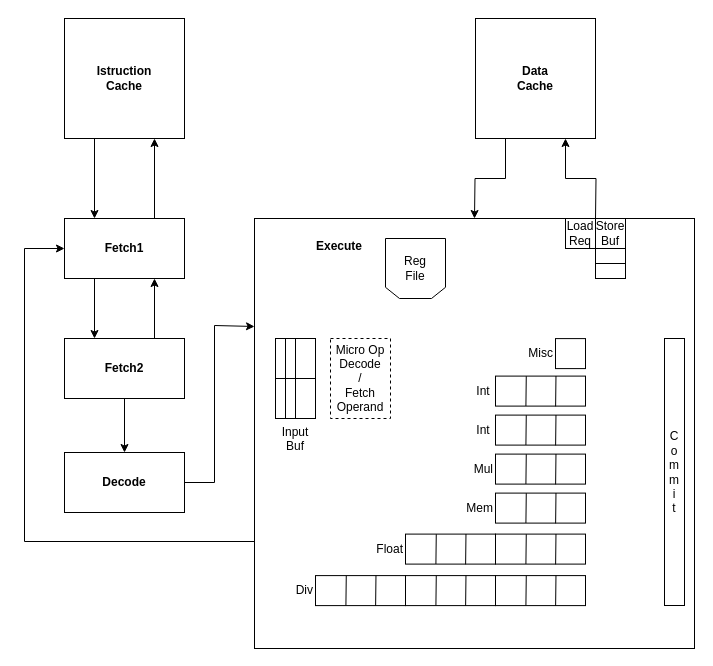
The draw.io diagram Diagrammi/MinorArm.drawio in The90Frank/MinorArmAnalyzer, before the edit. Source tidied: cells renumbered, new cells numbered last; positions are measured from the earlier drawing's top-left corner, leaving out a move shared by most shapes. Both pictures are drawn from the tidied source at 100%, with x=0, y=0 at pixel (24, 18).
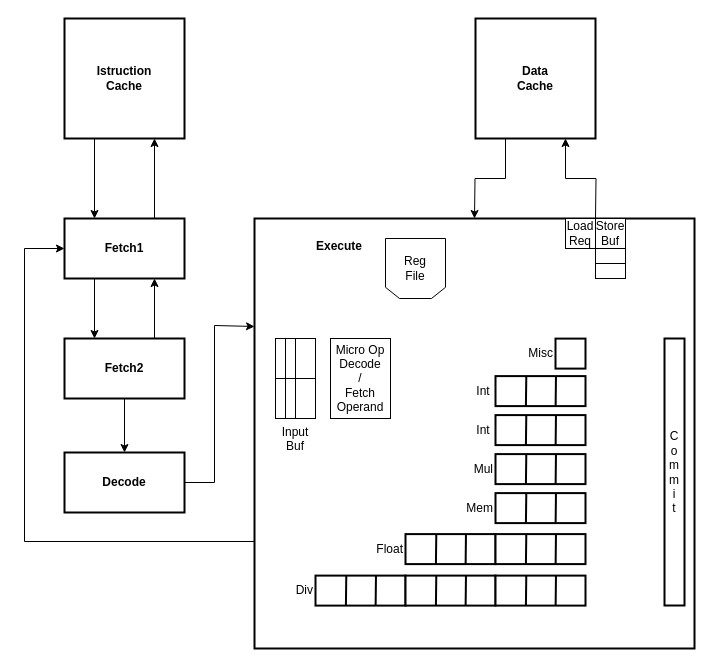
Above is the later version.

What changed in the source:
```diff
@@
-    <mxCell id="3" value="Istruction&lt;br&gt;Cache" style="rounded=0;whiteSpace=wrap;html=1;fontStyle=1;" parent="1" vertex="1">
+    <mxCell id="3" value="Istruction&lt;br&gt;Cache" style="rounded=0;whiteSpace=wrap;html=1;fontStyle=1;strokeWidth=2;" parent="1" vertex="1">
       <mxGeometry x="40" width="120" height="120" as="geometry" />
     </mxCell>
@@
-    <mxCell id="6" value="Fetch1" style="rounded=0;whiteSpace=wrap;html=1;fontStyle=1;" parent="1" vertex="1">
+    <mxCell id="6" value="Fetch1" style="rounded=0;whiteSpace=wrap;html=1;fontStyle=1;strokeWidth=2;" parent="1" vertex="1">
       <mxGeometry x="40" y="200" width="120" height="60" as="geometry" />
     </mxCell>
@@
-    <mxCell id="9" value="Fetch2" style="rounded=0;whiteSpace=wrap;html=1;fontStyle=1;" parent="1" vertex="1">
+    <mxCell id="9" value="Fetch2" style="rounded=0;whiteSpace=wrap;html=1;fontStyle=1;strokeWidth=2;" parent="1" vertex="1">
       <mxGeometry x="40" y="320" width="120" height="60" as="geometry" />
     </mxCell>
@@
-    <mxCell id="11" value="&lt;span&gt;Decode&lt;/span&gt;" style="rounded=0;whiteSpace=wrap;html=1;fontStyle=1;" parent="1" vertex="1">
+    <mxCell id="11" value="&lt;span&gt;Decode&lt;/span&gt;" style="rounded=0;whiteSpace=wrap;html=1;fontStyle=1;strokeWidth=2;" parent="1" vertex="1">
       <mxGeometry x="40" y="434" width="120" height="60" as="geometry" />
     </mxCell>
@@
-    <mxCell id="15" value="Data&lt;br&gt;Cache" style="rounded=0;whiteSpace=wrap;html=1;fontStyle=1;" parent="1" vertex="1">
+    <mxCell id="15" value="Data&lt;br&gt;Cache" style="rounded=0;whiteSpace=wrap;html=1;fontStyle=1;strokeWidth=2;" parent="1" vertex="1">
       <mxGeometry x="451" width="120" height="120" as="geometry" />
     </mxCell>
-    <mxCell id="16" value="&amp;nbsp; &amp;nbsp; &amp;nbsp; &amp;nbsp; &amp;nbsp; &lt;br&gt;&amp;nbsp; &amp;nbsp; &amp;nbsp; &amp;nbsp; &amp;nbsp; &amp;nbsp; &amp;nbsp; &amp;nbsp; &amp;nbsp; &lt;b&gt;Execute&lt;/b&gt;" style="rounded=0;whiteSpace=wrap;html=1;verticalAlign=top;labelPosition=center;verticalLabelPosition=middle;align=left;" parent="1" vertex="1">
+    <mxCell id="16" value="&amp;nbsp; &amp;nbsp; &amp;nbsp; &amp;nbsp; &amp;nbsp; &lt;br&gt;&amp;nbsp; &amp;nbsp; &amp;nbsp; &amp;nbsp; &amp;nbsp; &amp;nbsp; &amp;nbsp; &amp;nbsp; &amp;nbsp; &lt;b&gt;Execute&lt;/b&gt;" style="rounded=0;whiteSpace=wrap;html=1;verticalAlign=top;labelPosition=center;verticalLabelPosition=middle;align=left;strokeWidth=2;" parent="1" vertex="1">
       <mxGeometry x="230" y="200" width="440" height="430" as="geometry" />
     </mxCell>
-    <mxCell id="17" value="Int&amp;nbsp;" style="rounded=0;whiteSpace=wrap;html=1;align=right;labelPosition=left;verticalLabelPosition=middle;verticalAlign=middle;" parent="1" vertex="1">
+    <mxCell id="17" value="Int&amp;nbsp;" style="rounded=0;whiteSpace=wrap;html=1;align=right;labelPosition=left;verticalLabelPosition=middle;verticalAlign=middle;strokeWidth=2;" parent="1" vertex="1">
       <mxGeometry x="471" y="396.6" width="90" height="30" as="geometry" />
     </mxCell>
-    <mxCell id="18" style="endArrow=none;html=1;exitX=0.338;exitY=0.997;exitDx=0;exitDy=0;exitPerimeter=0;entryX=0.342;entryY=0.003;entryDx=0;entryDy=0;entryPerimeter=0;" parent="1" edge="1" source="17" target="17">
+    <mxCell id="18" style="endArrow=none;html=1;exitX=0.338;exitY=0.997;exitDx=0;exitDy=0;exitPerimeter=0;entryX=0.342;entryY=0.003;entryDx=0;entryDy=0;entryPerimeter=0;strokeWidth=2;" parent="1" edge="1" source="17" target="17">
       <mxGeometry relative="1" as="geometry" />
     </mxCell>
-    <mxCell id="19" style="endArrow=none;html=1;exitX=0.668;exitY=1.01;exitDx=0;exitDy=0;exitPerimeter=0;entryX=0.672;entryY=-0.003;entryDx=0;entryDy=0;entryPerimeter=0;" parent="1" edge="1" source="17" target="17">
+    <mxCell id="19" style="endArrow=none;html=1;exitX=0.668;exitY=1.01;exitDx=0;exitDy=0;exitPerimeter=0;entryX=0.672;entryY=-0.003;entryDx=0;entryDy=0;entryPerimeter=0;strokeWidth=2;" parent="1" edge="1" source="17" target="17">
       <mxGeometry relative="1" as="geometry" />
     </mxCell>
-    <mxCell id="20" value="Mul" style="rounded=0;whiteSpace=wrap;html=1;align=right;labelPosition=left;verticalLabelPosition=middle;verticalAlign=middle;" parent="1" vertex="1">
+    <mxCell id="20" value="Mul" style="rounded=0;whiteSpace=wrap;html=1;align=right;labelPosition=left;verticalLabelPosition=middle;verticalAlign=middle;strokeWidth=2;" parent="1" vertex="1">
       <mxGeometry x="471" y="435.6" width="90" height="30" as="geometry" />
     </mxCell>
-    <mxCell id="21" style="endArrow=none;html=1;exitX=0.338;exitY=0.997;exitDx=0;exitDy=0;exitPerimeter=0;entryX=0.342;entryY=0.003;entryDx=0;entryDy=0;entryPerimeter=0;" parent="1" edge="1" source="20" target="20">
+    <mxCell id="21" style="endArrow=none;html=1;exitX=0.338;exitY=0.997;exitDx=0;exitDy=0;exitPerimeter=0;entryX=0.342;entryY=0.003;entryDx=0;entryDy=0;entryPerimeter=0;strokeWidth=2;" parent="1" edge="1" source="20" target="20">
       <mxGeometry relative="1" as="geometry" />
     </mxCell>
-    <mxCell id="22" style="endArrow=none;html=1;exitX=0.668;exitY=1.01;exitDx=0;exitDy=0;exitPerimeter=0;entryX=0.672;entryY=-0.003;entryDx=0;entryDy=0;entryPerimeter=0;" parent="1" edge="1" source="20" target="20">
+    <mxCell id="22" style="endArrow=none;html=1;exitX=0.668;exitY=1.01;exitDx=0;exitDy=0;exitPerimeter=0;entryX=0.672;entryY=-0.003;entryDx=0;entryDy=0;entryPerimeter=0;strokeWidth=2;" parent="1" edge="1" source="20" target="20">
       <mxGeometry relative="1" as="geometry" />
     </mxCell>
-    <mxCell id="23" value="Div" style="rounded=0;whiteSpace=wrap;html=1;align=right;labelPosition=left;verticalLabelPosition=middle;verticalAlign=middle;" parent="1" vertex="1">
+    <mxCell id="23" value="Div" style="rounded=0;whiteSpace=wrap;html=1;align=right;labelPosition=left;verticalLabelPosition=middle;verticalAlign=middle;strokeWidth=2;" parent="1" vertex="1">
       <mxGeometry x="291" y="557.1" width="90" height="30" as="geometry" />
     </mxCell>
-    <mxCell id="24" style="endArrow=none;html=1;exitX=0.338;exitY=0.997;exitDx=0;exitDy=0;exitPerimeter=0;entryX=0.342;entryY=0.003;entryDx=0;entryDy=0;entryPerimeter=0;" parent="1" edge="1" source="23" target="23">
+    <mxCell id="24" style="endArrow=none;html=1;exitX=0.338;exitY=0.997;exitDx=0;exitDy=0;exitPerimeter=0;entryX=0.342;entryY=0.003;entryDx=0;entryDy=0;entryPerimeter=0;strokeWidth=2;" parent="1" edge="1" source="23" target="23">
       <mxGeometry relative="1" as="geometry" />
     </mxCell>
-    <mxCell id="25" style="endArrow=none;html=1;exitX=0.668;exitY=1.01;exitDx=0;exitDy=0;exitPerimeter=0;entryX=0.672;entryY=-0.003;entryDx=0;entryDy=0;entryPerimeter=0;" parent="1" edge="1" source="23" target="23">
+    <mxCell id="25" style="endArrow=none;html=1;exitX=0.668;exitY=1.01;exitDx=0;exitDy=0;exitPerimeter=0;entryX=0.672;entryY=-0.003;entryDx=0;entryDy=0;entryPerimeter=0;strokeWidth=2;" parent="1" edge="1" source="23" target="23">
       <mxGeometry relative="1" as="geometry" />
     </mxCell>
-    <mxCell id="26" style="rounded=0;whiteSpace=wrap;html=1;align=right;labelPosition=left;verticalLabelPosition=middle;verticalAlign=middle;" parent="1" vertex="1">
+    <mxCell id="26" style="rounded=0;whiteSpace=wrap;html=1;align=right;labelPosition=left;verticalLabelPosition=middle;verticalAlign=middle;strokeWidth=2;" parent="1" vertex="1">
       <mxGeometry x="381" y="557.1" width="90" height="30" as="geometry" />
     </mxCell>
-    <mxCell id="27" style="endArrow=none;html=1;exitX=0.338;exitY=0.997;exitDx=0;exitDy=0;exitPerimeter=0;entryX=0.342;entryY=0.003;entryDx=0;entryDy=0;entryPerimeter=0;" parent="1" edge="1" source="26" target="26">
+    <mxCell id="27" style="endArrow=none;html=1;exitX=0.338;exitY=0.997;exitDx=0;exitDy=0;exitPerimeter=0;entryX=0.342;entryY=0.003;entryDx=0;entryDy=0;entryPerimeter=0;strokeWidth=2;" parent="1" edge="1" source="26" target="26">
       <mxGeometry relative="1" as="geometry" />
     </mxCell>
-    <mxCell id="28" style="endArrow=none;html=1;exitX=0.668;exitY=1.01;exitDx=0;exitDy=0;exitPerimeter=0;entryX=0.672;entryY=-0.003;entryDx=0;entryDy=0;entryPerimeter=0;" parent="1" edge="1" source="26" target="26">
+    <mxCell id="28" style="endArrow=none;html=1;exitX=0.668;exitY=1.01;exitDx=0;exitDy=0;exitPerimeter=0;entryX=0.672;entryY=-0.003;entryDx=0;entryDy=0;entryPerimeter=0;strokeWidth=2;" parent="1" edge="1" source="26" target="26">
       <mxGeometry relative="1" as="geometry" />
     </mxCell>
-    <mxCell id="29" style="rounded=0;whiteSpace=wrap;html=1;align=right;labelPosition=left;verticalLabelPosition=middle;verticalAlign=middle;" parent="1" vertex="1">
+    <mxCell id="29" style="rounded=0;whiteSpace=wrap;html=1;align=right;labelPosition=left;verticalLabelPosition=middle;verticalAlign=middle;strokeWidth=2;" parent="1" vertex="1">
       <mxGeometry x="471" y="557.1" width="90" height="30" as="geometry" />
     </mxCell>
-    <mxCell id="30" style="endArrow=none;html=1;exitX=0.338;exitY=0.997;exitDx=0;exitDy=0;exitPerimeter=0;entryX=0.342;entryY=0.003;entryDx=0;entryDy=0;entryPerimeter=0;" parent="1" edge="1" source="29" target="29">
+    <mxCell id="30" style="endArrow=none;html=1;exitX=0.338;exitY=0.997;exitDx=0;exitDy=0;exitPerimeter=0;entryX=0.342;entryY=0.003;entryDx=0;entryDy=0;entryPerimeter=0;strokeWidth=2;" parent="1" edge="1" source="29" target="29">
       <mxGeometry relative="1" as="geometry" />
     </mxCell>
-    <mxCell id="31" style="endArrow=none;html=1;exitX=0.668;exitY=1.01;exitDx=0;exitDy=0;exitPerimeter=0;entryX=0.672;entryY=-0.003;entryDx=0;entryDy=0;entryPerimeter=0;" parent="1" edge="1" source="29" target="29">
+    <mxCell id="31" style="endArrow=none;html=1;exitX=0.668;exitY=1.01;exitDx=0;exitDy=0;exitPerimeter=0;entryX=0.672;entryY=-0.003;entryDx=0;entryDy=0;entryPerimeter=0;strokeWidth=2;" parent="1" edge="1" source="29" target="29">
       <mxGeometry relative="1" as="geometry" />
     </mxCell>
-    <mxCell id="32" value="Float" style="rounded=0;whiteSpace=wrap;html=1;align=right;labelPosition=left;verticalLabelPosition=middle;verticalAlign=middle;" parent="1" vertex="1">
+    <mxCell id="32" value="Float" style="rounded=0;whiteSpace=wrap;html=1;align=right;labelPosition=left;verticalLabelPosition=middle;verticalAlign=middle;strokeWidth=2;" parent="1" vertex="1">
       <mxGeometry x="381" y="515.6" width="90" height="30" as="geometry" />
     </mxCell>
-    <mxCell id="33" style="endArrow=none;html=1;exitX=0.338;exitY=0.997;exitDx=0;exitDy=0;exitPerimeter=0;entryX=0.342;entryY=0.003;entryDx=0;entryDy=0;entryPerimeter=0;" parent="1" edge="1" source="32" target="32">
+    <mxCell id="33" style="endArrow=none;html=1;exitX=0.338;exitY=0.997;exitDx=0;exitDy=0;exitPerimeter=0;entryX=0.342;entryY=0.003;entryDx=0;entryDy=0;entryPerimeter=0;strokeWidth=2;" parent="1" edge="1" source="32" target="32">
       <mxGeometry relative="1" as="geometry" />
     </mxCell>
-    <mxCell id="34" style="endArrow=none;html=1;exitX=0.668;exitY=1.01;exitDx=0;exitDy=0;exitPerimeter=0;entryX=0.672;entryY=-0.003;entryDx=0;entryDy=0;entryPerimeter=0;" parent="1" edge="1" source="32" target="32">
+    <mxCell id="34" style="endArrow=none;html=1;exitX=0.668;exitY=1.01;exitDx=0;exitDy=0;exitPerimeter=0;entryX=0.672;entryY=-0.003;entryDx=0;entryDy=0;entryPerimeter=0;strokeWidth=2;" parent="1" edge="1" source="32" target="32">
       <mxGeometry relative="1" as="geometry" />
     </mxCell>
-    <mxCell id="35" style="rounded=0;whiteSpace=wrap;html=1;align=right;labelPosition=left;verticalLabelPosition=middle;verticalAlign=middle;" parent="1" vertex="1">
+    <mxCell id="35" style="rounded=0;whiteSpace=wrap;html=1;align=right;labelPosition=left;verticalLabelPosition=middle;verticalAlign=middle;strokeWidth=2;" parent="1" vertex="1">
       <mxGeometry x="471" y="515.6" width="90" height="30" as="geometry" />
     </mxCell>
-    <mxCell id="36" style="endArrow=none;html=1;exitX=0.338;exitY=0.997;exitDx=0;exitDy=0;exitPerimeter=0;entryX=0.342;entryY=0.003;entryDx=0;entryDy=0;entryPerimeter=0;" parent="1" edge="1" source="35" target="35">
+    <mxCell id="36" style="endArrow=none;html=1;exitX=0.338;exitY=0.997;exitDx=0;exitDy=0;exitPerimeter=0;entryX=0.342;entryY=0.003;entryDx=0;entryDy=0;entryPerimeter=0;strokeWidth=2;" parent="1" edge="1" source="35" target="35">
       <mxGeometry relative="1" as="geometry" />
     </mxCell>
-    <mxCell id="37" style="endArrow=none;html=1;exitX=0.668;exitY=1.01;exitDx=0;exitDy=0;exitPerimeter=0;entryX=0.672;entryY=-0.003;entryDx=0;entryDy=0;entryPerimeter=0;" parent="1" edge="1" source="35" target="35">
+    <mxCell id="37" style="endArrow=none;html=1;exitX=0.668;exitY=1.01;exitDx=0;exitDy=0;exitPerimeter=0;entryX=0.672;entryY=-0.003;entryDx=0;entryDy=0;entryPerimeter=0;strokeWidth=2;" parent="1" edge="1" source="35" target="35">
       <mxGeometry relative="1" as="geometry" />
     </mxCell>
-    <mxCell id="38" value="Mem" style="rounded=0;whiteSpace=wrap;html=1;align=right;labelPosition=left;verticalLabelPosition=middle;verticalAlign=middle;" parent="1" vertex="1">
+    <mxCell id="38" value="Mem" style="rounded=0;whiteSpace=wrap;html=1;align=right;labelPosition=left;verticalLabelPosition=middle;verticalAlign=middle;strokeWidth=2;" parent="1" vertex="1">
       <mxGeometry x="471" y="474.6" width="90" height="30" as="geometry" />
     </mxCell>
-    <mxCell id="39" style="endArrow=none;html=1;exitX=0.338;exitY=0.997;exitDx=0;exitDy=0;exitPerimeter=0;entryX=0.342;entryY=0.003;entryDx=0;entryDy=0;entryPerimeter=0;" parent="1" edge="1" source="38" target="38">
+    <mxCell id="39" style="endArrow=none;html=1;exitX=0.338;exitY=0.997;exitDx=0;exitDy=0;exitPerimeter=0;entryX=0.342;entryY=0.003;entryDx=0;entryDy=0;entryPerimeter=0;strokeWidth=2;" parent="1" edge="1" source="38" target="38">
       <mxGeometry relative="1" as="geometry" />
     </mxCell>
-    <mxCell id="40" style="endArrow=none;html=1;exitX=0.668;exitY=1.01;exitDx=0;exitDy=0;exitPerimeter=0;entryX=0.672;entryY=-0.003;entryDx=0;entryDy=0;entryPerimeter=0;" parent="1" edge="1" source="38" target="38">
+    <mxCell id="40" style="endArrow=none;html=1;exitX=0.668;exitY=1.01;exitDx=0;exitDy=0;exitPerimeter=0;entryX=0.672;entryY=-0.003;entryDx=0;entryDy=0;entryPerimeter=0;strokeWidth=2;" parent="1" edge="1" source="38" target="38">
       <mxGeometry relative="1" as="geometry" />
     </mxCell>
-    <mxCell id="41" value="Misc" style="rounded=0;whiteSpace=wrap;html=1;align=right;labelPosition=left;verticalLabelPosition=middle;verticalAlign=middle;" parent="1" vertex="1">
+    <mxCell id="41" value="Misc" style="rounded=0;whiteSpace=wrap;html=1;align=right;labelPosition=left;verticalLabelPosition=middle;verticalAlign=middle;strokeWidth=2;" parent="1" vertex="1">
       <mxGeometry x="531" y="320.1" width="30" height="30" as="geometry" />
     </mxCell>
@@
-    <mxCell id="52" value="C&lt;br&gt;o&lt;br&gt;m&lt;br&gt;m&lt;br&gt;i&lt;br&gt;t" style="rounded=0;whiteSpace=wrap;html=1;align=center;" parent="1" vertex="1">
+    <mxCell id="52" value="C&lt;br&gt;o&lt;br&gt;m&lt;br&gt;m&lt;br&gt;i&lt;br&gt;t" style="rounded=0;whiteSpace=wrap;html=1;align=center;strokeWidth=2;" parent="1" vertex="1">
       <mxGeometry x="640" y="320" width="20" height="267" as="geometry" />
     </mxCell>
-    <mxCell id="53" value="Micro Op&lt;br&gt;Decode&lt;br&gt;/&lt;br&gt;Fetch&lt;br&gt;Operand" style="rounded=0;whiteSpace=wrap;html=1;dashed=1;perimeterSpacing=0;strokeWidth=1;" parent="1" vertex="1">
+    <mxCell id="53" value="Micro Op&lt;br&gt;Decode&lt;br&gt;/&lt;br&gt;Fetch&lt;br&gt;Operand" style="rounded=0;whiteSpace=wrap;html=1;perimeterSpacing=0;strokeWidth=1;" parent="1" vertex="1">
       <mxGeometry x="306" y="320" width="60" height="80" as="geometry" />
     </mxCell>
-    <mxCell id="54" value="Int&amp;nbsp;" style="rounded=0;whiteSpace=wrap;html=1;align=right;labelPosition=left;verticalLabelPosition=middle;verticalAlign=middle;" parent="1" vertex="1">
+    <mxCell id="54" value="Int&amp;nbsp;" style="rounded=0;whiteSpace=wrap;html=1;align=right;labelPosition=left;verticalLabelPosition=middle;verticalAlign=middle;strokeWidth=2;" parent="1" vertex="1">
       <mxGeometry x="471" y="357.6" width="90" height="30" as="geometry" />
     </mxCell>
-    <mxCell id="55" style="endArrow=none;html=1;exitX=0.338;exitY=0.997;exitDx=0;exitDy=0;exitPerimeter=0;entryX=0.342;entryY=0.003;entryDx=0;entryDy=0;entryPerimeter=0;" parent="1" edge="1" source="54" target="54">
+    <mxCell id="55" style="endArrow=none;html=1;exitX=0.338;exitY=0.997;exitDx=0;exitDy=0;exitPerimeter=0;entryX=0.342;entryY=0.003;entryDx=0;entryDy=0;entryPerimeter=0;strokeWidth=2;" parent="1" edge="1" source="54" target="54">
       <mxGeometry relative="1" as="geometry" />
     </mxCell>
-    <mxCell id="56" style="endArrow=none;html=1;exitX=0.668;exitY=1.01;exitDx=0;exitDy=0;exitPerimeter=0;entryX=0.672;entryY=-0.003;entryDx=0;entryDy=0;entryPerimeter=0;" parent="1" edge="1" source="54" target="54">
+    <mxCell id="56" style="endArrow=none;html=1;exitX=0.668;exitY=1.01;exitDx=0;exitDy=0;exitPerimeter=0;entryX=0.672;entryY=-0.003;entryDx=0;entryDy=0;entryPerimeter=0;strokeWidth=2;" parent="1" edge="1" source="54" target="54">
       <mxGeometry relative="1" as="geometry" />
     </mxCell>
```
